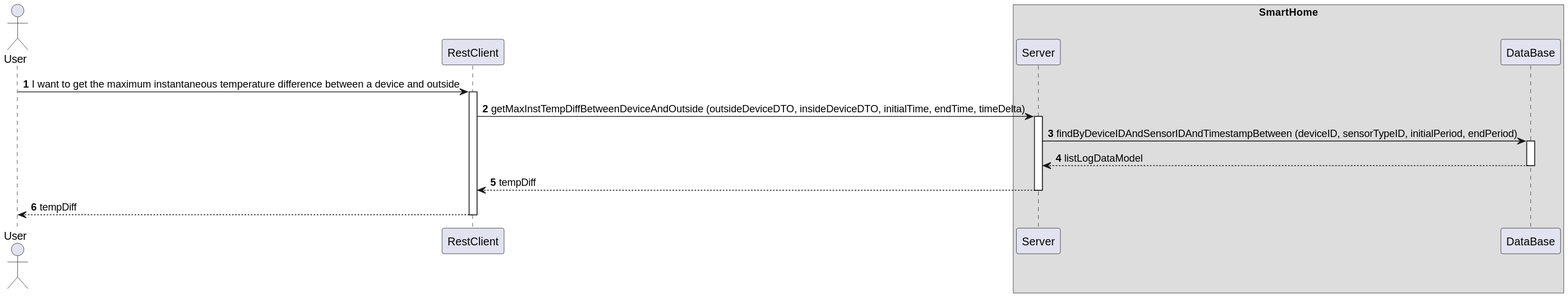
olivDiogo/SmartHome keeps this PlantUML diagram as docs/ooa/C4_4plus1_models/Level2/ProcessView/ProcessViewLevel2_UC13v1.svg. Above is the earlier version. Source of this version:
```plantuml
@startuml
!pragma layout smetana

autonumber

actor "User" as User
participant "RestClient" as RC

box "SmartHome"
    participant "Server" as SV
    participant "DataBase" as BD
end box

User -> RC : I want to get the maximum instantaneous temperature difference between a device and outside
activate RC

RC -> SV : getMaxInstTempDiffBetweenDeviceAndOutside (outsideDeviceDTO, insideDeviceDTO, initialTime, endTime, timeDelta)
activate SV

SV -> BD : findByDeviceIDAndSensorIDAndTimestampBetween (deviceID, sensorTypeID, initialPeriod, endPeriod)
activate BD

BD --> SV : listLogDataModel
deactivate BD

SV --> RC : tempDiff
deactivate SV

RC --> User : tempDiff
deactivate RC
@enduml
```
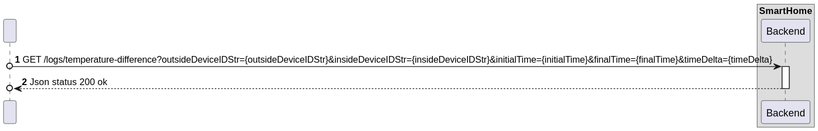
The same file after the commit.

Commit message:
docs: update process view level 2

Diff of the diagram source:
```diff
@@ -3,29 +3,18 @@
 
 autonumber
 
-actor "User" as User
-participant "RestClient" as RC
+participant " " as HTTP
 
 box "SmartHome"
-    participant "Server" as SV
-    participant "DataBase" as BD
+    participant "Backend" as BE
+
 end box
 
-User -> RC : I want to get the maximum instantaneous temperature difference between a device and outside
-activate RC
 
-RC -> SV : getMaxInstTempDiffBetweenDeviceAndOutside (outsideDeviceDTO, insideDeviceDTO, initialTime, endTime, timeDelta)
-activate SV
+HTTP o-> BE : GET /logs/temperature-difference?outsideDeviceIDStr={outsideDeviceIDStr}&insideDeviceIDStr={insideDeviceIDStr}&initialTime={initialTime}&finalTime={finalTime}&timeDelta={timeDelta}
+activate BE
 
-SV -> BD : findByDeviceIDAndSensorIDAndTimestampBetween (deviceID, sensorTypeID, initialPeriod, endPeriod)
-activate BD
 
-BD --> SV : listLogDataModel
-deactivate BD
-
-SV --> RC : tempDiff
-deactivate SV
-
-RC --> User : tempDiff
-deactivate RC
+BE -->o HTTP : Json status 200 ok
+deactivate BE
 @enduml
```
